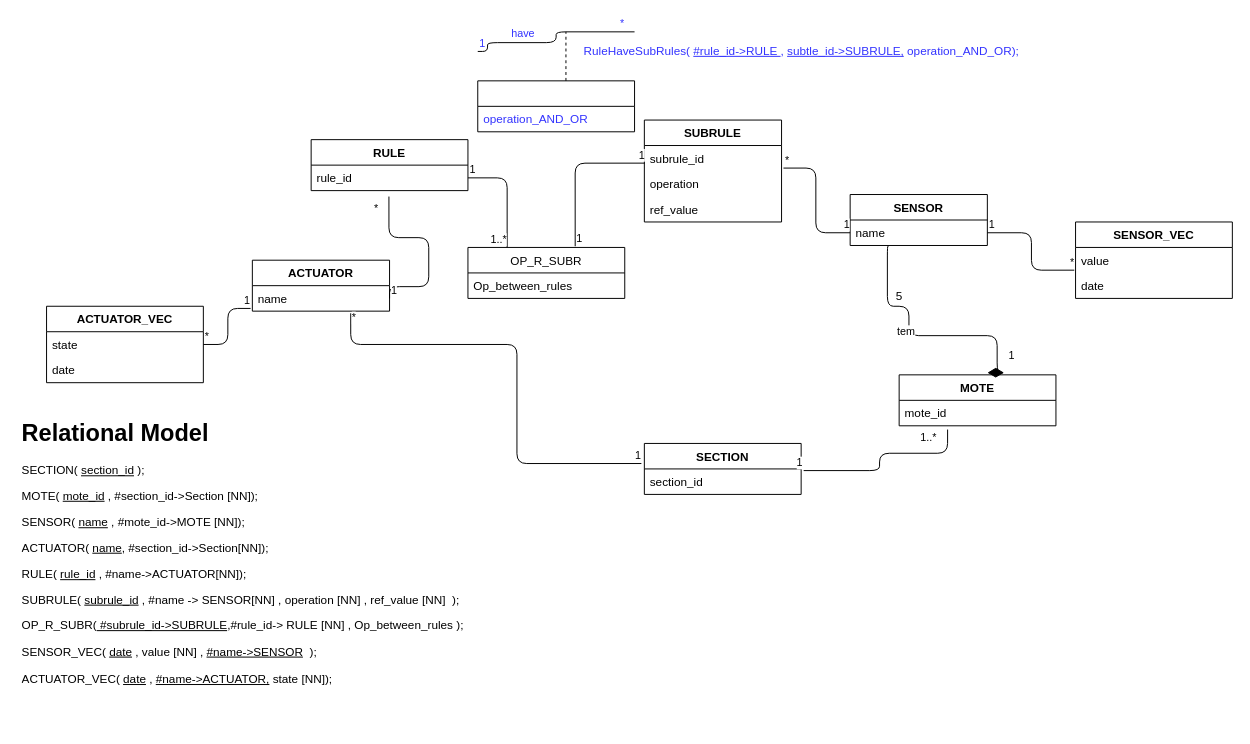
The draw.io diagram squematics/DB.drawio in Automation-yatata/Industry4.0-PizzaPlace, before the edit. Source tidied: cells renumbered, new cells numbered last; positions are measured from the earlier drawing's top-left corner, leaving out a move shared by most shapes. Both pictures are drawn from the tidied source at 98%, with x=0, y=0 at pixel (17, 31).
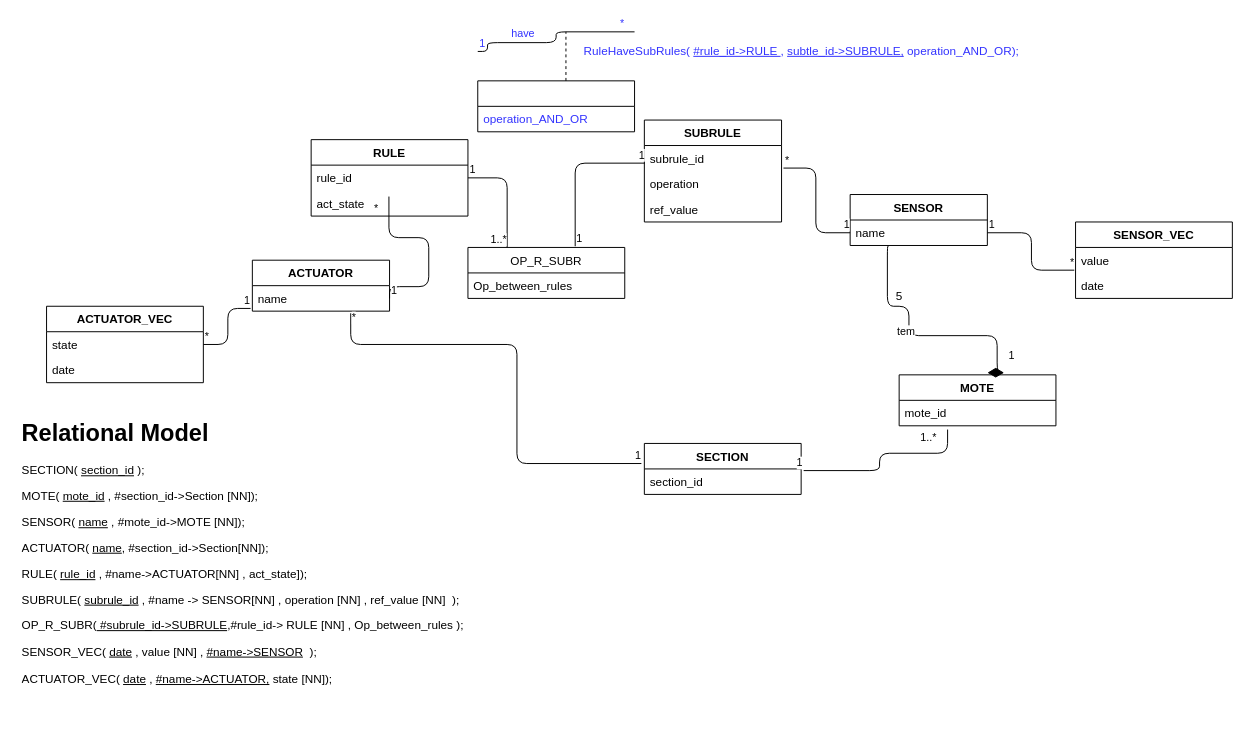
Above is the later version.

The edit, as a diff of the source:
```diff
@@
     <mxCell id="2" value="RULE" style="swimlane;fontStyle=1;align=center;verticalAlign=top;horizontal=1;startSize=26;" parent="1" vertex="1">
-      <mxGeometry x="300" y="110" width="160" height="52" as="geometry" />
+      <mxGeometry x="300" y="110" width="160" height="78" as="geometry" />
     </mxCell>
@@
+    <mxCell id="60" value="act_state" style="text;strokeColor=none;fillColor=none;align=left;verticalAlign=top;spacingLeft=4;spacingRight=4;overflow=hidden;fontStyle=0;" parent="2" vertex="1">
+      <mxGeometry y="52" width="160" height="26" as="geometry" />
+    </mxCell>
@@
-    <mxCell id="34" value="&lt;h1&gt;Relational Model&lt;/h1&gt;&lt;p&gt;SECTION(&amp;nbsp;&lt;u&gt;section_id&lt;/u&gt;&amp;nbsp;);&amp;nbsp;&lt;br&gt;&lt;/p&gt;&lt;p&gt;MOTE(&amp;nbsp;&lt;u&gt;mote_id&lt;/u&gt;&amp;nbsp;, #section_id-&amp;gt;Section [NN]);&lt;br&gt;&lt;/p&gt;&lt;p&gt;SENSOR(&amp;nbsp;&lt;u&gt;name&lt;/u&gt;&amp;nbsp;, #mote_id-&amp;gt;MOTE [NN]);&lt;br&gt;&lt;/p&gt;&lt;p&gt;ACTUATOR(&amp;nbsp;&lt;u&gt;name&lt;/u&gt;, #section_id-&amp;gt;Section[NN]);&lt;/p&gt;&lt;p&gt;RULE( &lt;u&gt;rule_id&lt;/u&gt; , #name-&amp;gt;ACTUATOR[NN]);&lt;/p&gt;&lt;p&gt;&lt;span&gt;SUBRULE(&amp;nbsp;&lt;/span&gt;&lt;u&gt;subrule_id&lt;/u&gt;&lt;span&gt;&amp;nbsp;, #name -&amp;gt; SENSOR[NN] ,&lt;/span&gt;&lt;span&gt;&amp;nbsp;operation [NN] , ref_value [NN]&amp;nbsp; );&lt;/span&gt;&lt;/p&gt;&lt;p&gt;OP_R_SUBR(&lt;u&gt;&amp;nbsp;#subrule_id-&amp;gt;SUBRULE&lt;/u&gt;,#rule_id-&amp;gt; RULE [NN] , Op_between_rules );&lt;/p&gt;&lt;div&gt;SENSOR_VEC(&amp;nbsp;&lt;u&gt;date&lt;/u&gt;&amp;nbsp;, value [NN] ,&amp;nbsp;&lt;u&gt;#name-&amp;gt;SENSOR&lt;/u&gt;&amp;nbsp; );&lt;span&gt;&lt;br&gt;&lt;/span&gt;&lt;/div&gt;&lt;div&gt;&lt;br&gt;&lt;/div&gt;&lt;div&gt;&lt;span&gt;ACTUATOR_VEC( &lt;/span&gt;&lt;u&gt;date&lt;/u&gt;&lt;span&gt;&amp;nbsp;,&amp;nbsp;&lt;/span&gt;&lt;u&gt;#name-&amp;gt;ACTUATOR,&lt;/u&gt;&lt;span&gt;&amp;nbsp;state [NN]);&lt;/span&gt;&lt;br&gt;&lt;/div&gt;&lt;p&gt;&lt;br&gt;&lt;/p&gt;" style="text;html=1;strokeColor=none;fillColor=none;spacing=5;spacingTop=-20;whiteSpace=wrap;overflow=hidden;rounded=0;" parent="1" vertex="1">
+    <mxCell id="34" value="&lt;h1&gt;Relational Model&lt;/h1&gt;&lt;p&gt;SECTION(&amp;nbsp;&lt;u&gt;section_id&lt;/u&gt;&amp;nbsp;);&amp;nbsp;&lt;br&gt;&lt;/p&gt;&lt;p&gt;MOTE(&amp;nbsp;&lt;u&gt;mote_id&lt;/u&gt;&amp;nbsp;, #section_id-&amp;gt;Section [NN]);&lt;br&gt;&lt;/p&gt;&lt;p&gt;SENSOR(&amp;nbsp;&lt;u&gt;name&lt;/u&gt;&amp;nbsp;, #mote_id-&amp;gt;MOTE [NN]);&lt;br&gt;&lt;/p&gt;&lt;p&gt;ACTUATOR(&amp;nbsp;&lt;u&gt;name&lt;/u&gt;, #section_id-&amp;gt;Section[NN]);&lt;/p&gt;&lt;p&gt;RULE( &lt;u&gt;rule_id&lt;/u&gt; , #name-&amp;gt;ACTUATOR[NN] , act_state]);&lt;/p&gt;&lt;p&gt;&lt;span&gt;SUBRULE(&amp;nbsp;&lt;/span&gt;&lt;u&gt;subrule_id&lt;/u&gt;&lt;span&gt;&amp;nbsp;, #name -&amp;gt; SENSOR[NN] ,&lt;/span&gt;&lt;span&gt;&amp;nbsp;operation [NN] , ref_value [NN]&amp;nbsp; );&lt;/span&gt;&lt;/p&gt;&lt;p&gt;OP_R_SUBR(&lt;u&gt;&amp;nbsp;#subrule_id-&amp;gt;SUBRULE&lt;/u&gt;,#rule_id-&amp;gt; RULE [NN] , Op_between_rules );&lt;/p&gt;&lt;div&gt;SENSOR_VEC(&amp;nbsp;&lt;u&gt;date&lt;/u&gt;&amp;nbsp;, value [NN] ,&amp;nbsp;&lt;u&gt;#name-&amp;gt;SENSOR&lt;/u&gt;&amp;nbsp; );&lt;span&gt;&lt;br&gt;&lt;/span&gt;&lt;/div&gt;&lt;div&gt;&lt;br&gt;&lt;/div&gt;&lt;div&gt;&lt;span&gt;ACTUATOR_VEC( &lt;/span&gt;&lt;u&gt;date&lt;/u&gt;&lt;span&gt;&amp;nbsp;,&amp;nbsp;&lt;/span&gt;&lt;u&gt;#name-&amp;gt;ACTUATOR,&lt;/u&gt;&lt;span&gt;&amp;nbsp;state [NN]);&lt;/span&gt;&lt;br&gt;&lt;/div&gt;&lt;p&gt;&lt;br&gt;&lt;/p&gt;" style="text;html=1;strokeColor=none;fillColor=none;spacing=5;spacingTop=-20;whiteSpace=wrap;overflow=hidden;rounded=0;" parent="1" vertex="1">
       <mxGeometry y="390" width="500" height="320" as="geometry" />
     </mxCell>
```
